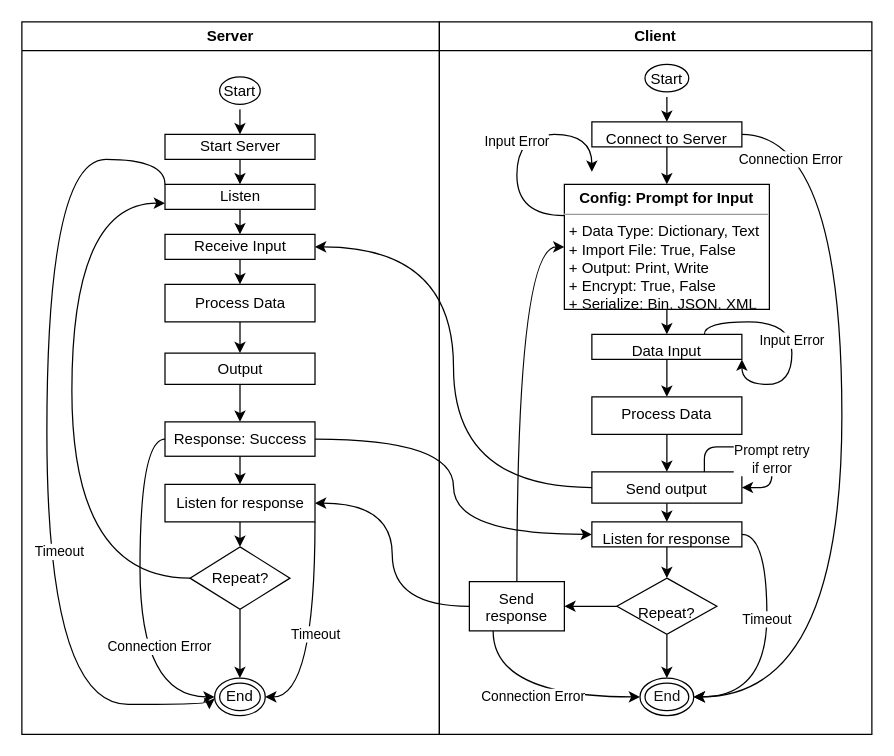
Before: docs/Context Diagram.drawio in zhulinchng/CSCK541, a draw.io diagram. Source tidied: cells renumbered, new cells numbered last; positions are measured from the earlier drawing's top-left corner, leaving out a move shared by most shapes. Both pictures are drawn from the tidied source at 125%, with x=0, y=0 at pixel (21, 21).
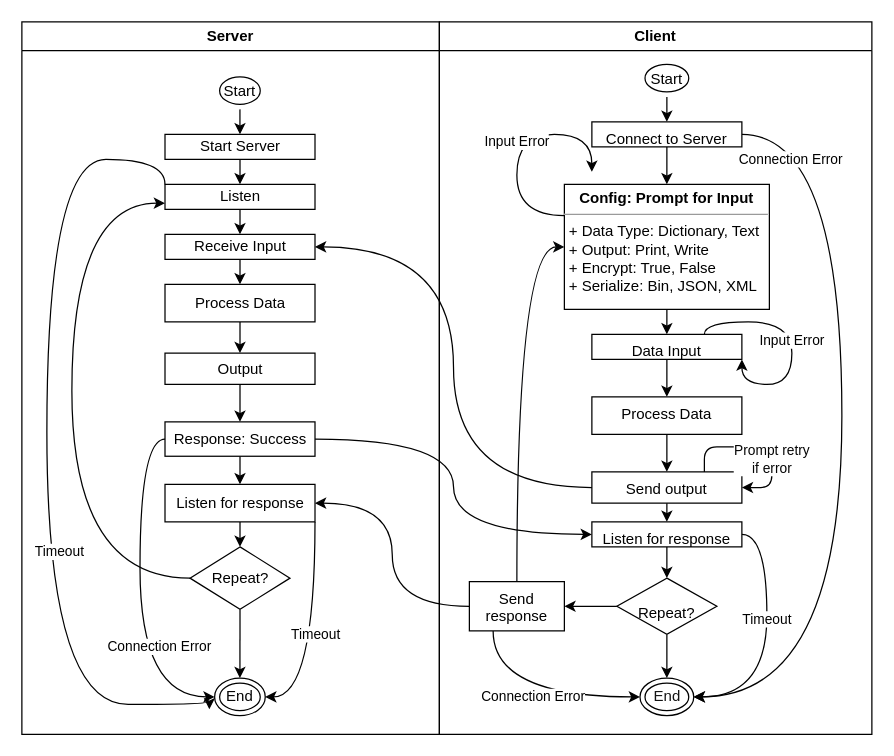
The same diagram, later.

Commit message:
docs: updated agreed flow

Unchanged cells that the change refers to:
```xml
<mxCell id="26" value="Client" style="swimlane;whiteSpace=wrap;align=center;" parent="1" vertex="1">
  <mxGeometry x="334" width="346" height="570" as="geometry" />
</mxCell>
```

The edit, as a diff of the source:
```diff
@@
-    <mxCell id="30" value="&lt;p style=&quot;margin:0px;margin-top:4px;text-align:center;&quot;&gt;&lt;b&gt;Config: Prompt for Input&lt;/b&gt;&lt;/p&gt;&lt;hr size=&quot;1&quot;&gt;&lt;p style=&quot;margin:0px;margin-left:4px;&quot;&gt;+ Data Type: Dictionary, Text&lt;br&gt;+ Import File: True, False&lt;br&gt;&lt;/p&gt;&lt;p style=&quot;margin:0px;margin-left:4px;&quot;&gt;+ Output: Print, Write&lt;/p&gt;&lt;p style=&quot;margin:0px;margin-left:4px;&quot;&gt;+ Encrypt: True, False&lt;/p&gt;&lt;p style=&quot;margin:0px;margin-left:4px;&quot;&gt;+ Serialize: Bin, JSON, XML&lt;/p&gt;" style="verticalAlign=top;align=left;overflow=fill;fontSize=12;fontFamily=Helvetica;html=1;rounded=0;sketch=0;" parent="26" vertex="1">
+    <mxCell id="30" value="&lt;p style=&quot;margin:0px;margin-top:4px;text-align:center;&quot;&gt;&lt;b&gt;Config: Prompt for Input&lt;/b&gt;&lt;/p&gt;&lt;hr size=&quot;1&quot;&gt;&lt;p style=&quot;margin:0px;margin-left:4px;&quot;&gt;+ Data Type: Dictionary, Text&lt;br&gt;&lt;/p&gt;&lt;p style=&quot;margin:0px;margin-left:4px;&quot;&gt;+ Output: Print, Write&lt;/p&gt;&lt;p style=&quot;margin:0px;margin-left:4px;&quot;&gt;+ Encrypt: True, False&lt;/p&gt;&lt;p style=&quot;margin:0px;margin-left:4px;&quot;&gt;+ Serialize: Bin, JSON, XML&lt;/p&gt;" style="verticalAlign=top;align=left;overflow=fill;fontSize=12;fontFamily=Helvetica;html=1;rounded=0;sketch=0;" parent="26" vertex="1">
       <mxGeometry x="100" y="130" width="164" height="100" as="geometry" />
     </mxCell>
```
